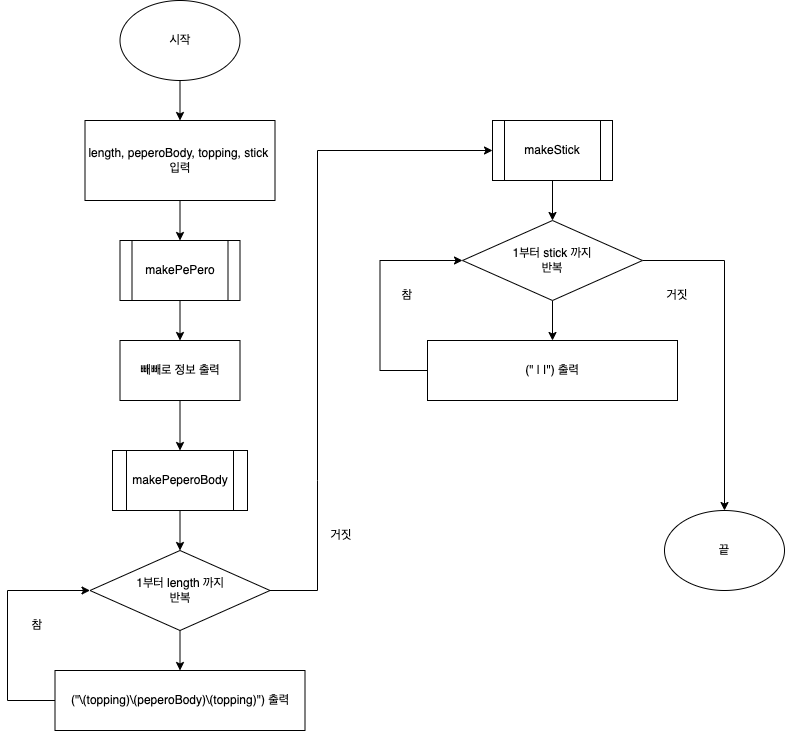
The draw.io diagram CodeStarterCamp_Week1/STEP3_순서도.png in yagom-academy/swift-starter-Round1, before a commit. Source tidied: cells renumbered, new cells last; positions are measured from the earlier drawing's top-left corner, leaving out a move shared by most shapes.
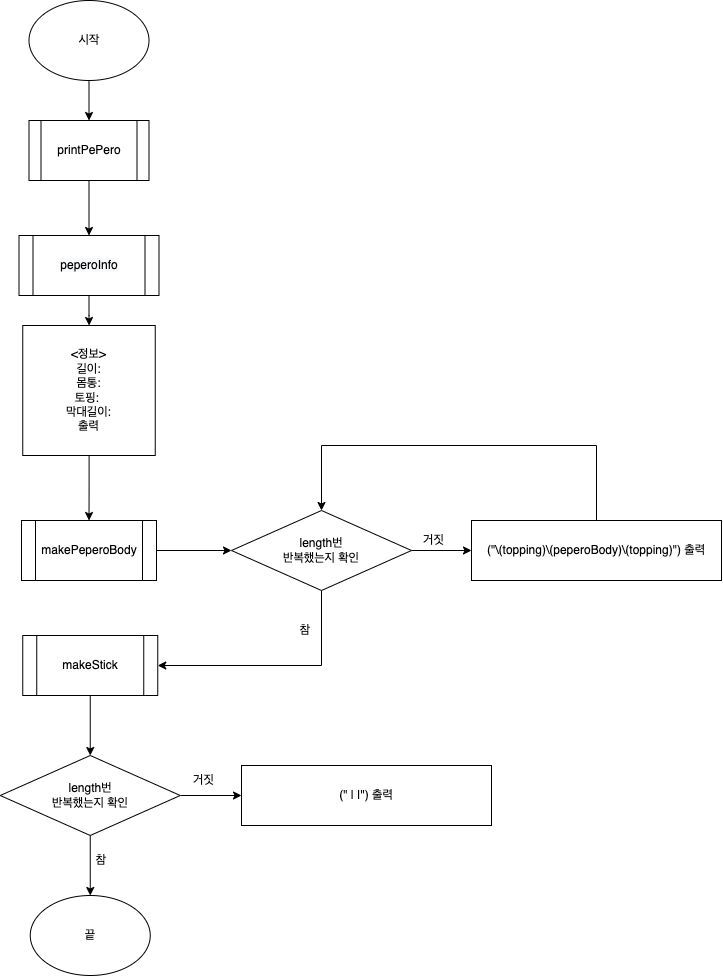
The same diagram one commit later.

Commit message:
STEP3 순서도

The edit, as a diff of the source:
```diff
@@ -4,111 +4,92 @@
     <mxCell id="1" parent="0" />
     <mxCell id="2" style="edgeStyle=orthogonalEdgeStyle;rounded=0;jettySize=auto;html=1;" parent="1" edge="1" source="3">
       <mxGeometry relative="1" as="geometry">
-        <mxPoint x="172.5" y="120" as="targetPoint" />
+        <mxPoint x="117.5" y="35" as="targetPoint" />
       </mxGeometry>
     </mxCell>
     <mxCell id="3" value="시작" style="ellipse;whiteSpace=wrap;html=1;" parent="1" vertex="1">
-      <mxGeometry x="112.5" width="120" height="80" as="geometry" />
+      <mxGeometry x="57.5" y="-85" width="120" height="80" as="geometry" />
     </mxCell>
     <mxCell id="4" value="끝" style="ellipse;whiteSpace=wrap;html=1;" parent="1" vertex="1">
-      <mxGeometry x="657" y="510" width="120" height="80" as="geometry" />
+      <mxGeometry x="58.8" y="810" width="120" height="80" as="geometry" />
     </mxCell>
-    <mxCell id="5" style="edgeStyle=orthogonalEdgeStyle;rounded=0;jettySize=auto;html=1;" parent="1" edge="1" target="8">
-      <mxGeometry relative="1" as="geometry">
-        <mxPoint x="172.5" y="200" as="sourcePoint" />
-      </mxGeometry>
-    </mxCell>
-    <mxCell id="6" value="length, peperoBody, topping, stick &lt;br&gt;입력" style="rounded=0;whiteSpace=wrap;html=1;" parent="1" vertex="1">
-      <mxGeometry x="77.5" y="120" width="190" height="80" as="geometry" />
-    </mxCell>
-    <mxCell id="7" style="edgeStyle=orthogonalEdgeStyle;rounded=0;jettySize=auto;html=1;" parent="1" edge="1" source="8" target="10">
+    <mxCell id="7" style="edgeStyle=orthogonalEdgeStyle;rounded=0;jettySize=auto;html=1;entryX=0.5;entryY=0;entryDx=0;entryDy=0;" parent="1" edge="1" source="8" target="32">
       <mxGeometry relative="1" as="geometry" />
     </mxCell>
-    <mxCell id="8" value="makePePero" style="shape=process;whiteSpace=wrap;html=1;backgroundOutline=1;" parent="1" vertex="1">
-      <mxGeometry x="112.5" y="240" width="120" height="60" as="geometry" />
+    <mxCell id="8" value="printPePero" style="shape=process;whiteSpace=wrap;html=1;backgroundOutline=1;" parent="1" vertex="1">
+      <mxGeometry x="57.5" y="35" width="120" height="60" as="geometry" />
     </mxCell>
-    <mxCell id="9" style="edgeStyle=orthogonalEdgeStyle;rounded=0;jettySize=auto;html=1;" parent="1" edge="1" source="10" target="12">
-      <mxGeometry relative="1" as="geometry" />
-    </mxCell>
-    <mxCell id="10" value="빼빼로 정보 출력" style="whiteSpace=wrap;html=1;" parent="1" vertex="1">
-      <mxGeometry x="112.5" y="340" width="120" height="60" as="geometry" />
-    </mxCell>
-    <mxCell id="11" style="edgeStyle=orthogonalEdgeStyle;rounded=0;jettySize=auto;html=1;" parent="1" edge="1" source="12">
-      <mxGeometry relative="1" as="geometry">
-        <mxPoint x="172.5" y="550" as="targetPoint" />
-      </mxGeometry>
-    </mxCell>
+    <mxCell id="29" style="edgeStyle=orthogonalEdgeStyle;rounded=0;jettySize=auto;html=1;" parent="1" edge="1" source="12" target="14">
+      <mxGeometry relative="1" as="geometry" />
+    </mxCell>
     <mxCell id="12" value="makePeperoBody" style="shape=process;whiteSpace=wrap;html=1;backgroundOutline=1;" parent="1" vertex="1">
-      <mxGeometry x="105" y="450" width="135" height="60" as="geometry" />
+      <mxGeometry x="50" y="435" width="135" height="60" as="geometry" />
     </mxCell>
-    <mxCell id="13" style="edgeStyle=orthogonalEdgeStyle;rounded=0;orthogonalLoop=1;jettySize=auto;html=1;" parent="1" edge="1">
-      <mxGeometry relative="1" as="geometry">
-        <mxPoint x="172.5" y="630" as="sourcePoint" />
-        <mxPoint x="172.5" y="670" as="targetPoint" />
-      </mxGeometry>
-    </mxCell>
+    <mxCell id="30" style="edgeStyle=orthogonalEdgeStyle;rounded=0;jettySize=auto;html=1;" parent="1" edge="1" source="14" target="15">
+      <mxGeometry relative="1" as="geometry" />
+    </mxCell>
+    <mxCell id="18" style="edgeStyle=orthogonalEdgeStyle;rounded=0;jettySize=auto;html=1;entryX=1;entryY=0.5;entryDx=0;entryDy=0;" parent="1" edge="1" source="14" target="20">
+      <mxGeometry relative="1" as="geometry">
+        <Array as="points">
+          <mxPoint x="350" y="580" />
+        </Array>
+      </mxGeometry>
+    </mxCell>
-    <mxCell id="14" value="1부터 length 까지&lt;br&gt;반복" style="rhombus;whiteSpace=wrap;html=1;" parent="1" vertex="1">
-      <mxGeometry x="82.5" y="550" width="180" height="80" as="geometry" />
+    <mxCell id="14" value="length번&lt;br&gt;반복했는지 확인" style="rhombus;whiteSpace=wrap;html=1;" parent="1" vertex="1">
+      <mxGeometry x="260" y="425" width="180" height="80" as="geometry" />
     </mxCell>
     <mxCell id="15" value="&lt;span style=&quot;background-color: initial;&quot;&gt;(&lt;/span&gt;&lt;span style=&quot;background-color: initial;&quot; class=&quot;s1&quot;&gt;&quot;&lt;/span&gt;&lt;span style=&quot;background-color: initial;&quot;&gt;\(topping)\(peperoBody)\(topping)&lt;/span&gt;&lt;span style=&quot;background-color: initial;&quot; class=&quot;s1&quot;&gt;&quot;) 출력&lt;/span&gt;" style="rounded=0;whiteSpace=wrap;html=1;" parent="1" vertex="1">
-      <mxGeometry x="47.5" y="670" width="250" height="60" as="geometry" />
+      <mxGeometry x="500" y="435" width="250" height="60" as="geometry" />
     </mxCell>
+    <mxCell id="17" value="참" style="text;html=1;strokeColor=none;fillColor=none;align=center;verticalAlign=middle;whiteSpace=wrap;rounded=0;" parent="1" vertex="1">
+      <mxGeometry x="304" y="530" width="60" height="30" as="geometry" />
+    </mxCell>
+    <mxCell id="21" value="거짓" style="text;html=1;strokeColor=none;fillColor=none;align=center;verticalAlign=middle;whiteSpace=wrap;rounded=0;" parent="1" vertex="1">
+      <mxGeometry x="425" y="440" width="75" height="30" as="geometry" />
+    </mxCell>
+    <mxCell id="25" value="&lt;span style=&quot;background-color: initial;&quot; class=&quot;s1&quot;&gt;(&quot; | |&lt;/span&gt;&lt;span style=&quot;background-color: initial;&quot; class=&quot;s1&quot;&gt;&quot;) 출력&lt;/span&gt;" style="rounded=0;whiteSpace=wrap;html=1;" parent="1" vertex="1">
+      <mxGeometry x="270" y="680" width="250" height="60" as="geometry" />
+    </mxCell>
+    <mxCell id="31" style="edgeStyle=orthogonalEdgeStyle;rounded=0;jettySize=auto;html=1;" parent="1" edge="1" source="32" target="35">
+      <mxGeometry relative="1" as="geometry" />
+    </mxCell>
+    <mxCell id="32" value="&lt;meta charset=&quot;utf-8&quot;&gt;&lt;span style=&quot;color: rgb(0, 0, 0); font-family: Helvetica; font-size: 12px; font-style: normal; font-variant-ligatures: normal; font-variant-caps: normal; font-weight: 400; letter-spacing: normal; orphans: 2; text-align: center; text-indent: 0px; text-transform: none; widows: 2; word-spacing: 0px; -webkit-text-stroke-width: 0px; background-color: rgb(248, 249, 250); text-decoration-thickness: initial; text-decoration-style: initial; text-decoration-color: initial; float: none; display: inline !important;&quot;&gt;peperoInfo&lt;/span&gt;" style="shape=process;whiteSpace=wrap;html=1;backgroundOutline=1;" parent="1" vertex="1">
+      <mxGeometry x="47.5" y="150" width="140" height="60" as="geometry" />
+    </mxCell>
+    <mxCell id="33" style="edgeStyle=orthogonalEdgeStyle;rounded=0;jettySize=auto;html=1;" parent="1" edge="1" source="20" target="38">
+      <mxGeometry relative="1" as="geometry" />
+    </mxCell>
+    <mxCell id="20" value="makeStick" style="shape=process;whiteSpace=wrap;html=1;backgroundOutline=1;" parent="1" vertex="1">
+      <mxGeometry x="51.2" y="550" width="135" height="60" as="geometry" />
+    </mxCell>
+    <mxCell id="34" style="edgeStyle=orthogonalEdgeStyle;rounded=0;jettySize=auto;html=1;" parent="1" edge="1" source="35" target="12">
+      <mxGeometry relative="1" as="geometry" />
+    </mxCell>
+    <mxCell id="35" value="&amp;lt;정보&amp;gt;&lt;br&gt;길이:&lt;br&gt;몸통:&lt;br&gt;토핑: &lt;br&gt;막대길이:&lt;br&gt;출력" style="whiteSpace=wrap;html=1;" parent="1" vertex="1">
+      <mxGeometry x="51.2" y="240" width="132.5" height="130" as="geometry" />
+    </mxCell>
+    <mxCell id="36" style="edgeStyle=orthogonalEdgeStyle;rounded=0;jettySize=auto;html=1;" parent="1" edge="1" source="38" target="25">
+      <mxGeometry relative="1" as="geometry" />
+    </mxCell>
+    <mxCell id="37" style="edgeStyle=orthogonalEdgeStyle;rounded=0;jettySize=auto;html=1;" parent="1" edge="1" source="38" target="4">
+      <mxGeometry relative="1" as="geometry" />
+    </mxCell>
+    <mxCell id="38" value="length번&lt;br&gt;반복했는지 확인" style="rhombus;whiteSpace=wrap;html=1;" parent="1" vertex="1">
+      <mxGeometry x="28.8" y="670" width="180" height="80" as="geometry" />
+    </mxCell>
-    <mxCell id="16" style="endArrow=classic;html=1;rounded=0;exitX=0;exitY=0.5;exitDx=0;exitDy=0;entryX=0;entryY=0.5;entryDx=0;entryDy=0;" parent="1" edge="1" source="15" target="14">
+    <mxCell id="16" style="endArrow=classic;html=1;rounded=0;exitX=0.5;exitY=0;exitDx=0;exitDy=0;entryX=0.5;entryY=0;entryDx=0;entryDy=0;" parent="1" edge="1" source="15" target="14">
       <mxGeometry relative="1" as="geometry">
         <Array as="points">
-          <mxPoint y="700" />
-          <mxPoint y="590" />
+          <mxPoint x="625" y="360" />
+          <mxPoint x="350" y="360" />
         </Array>
       </mxGeometry>
     </mxCell>
-    <mxCell id="17" value="참" style="text;html=1;strokeColor=none;fillColor=none;align=center;verticalAlign=middle;whiteSpace=wrap;rounded=0;" parent="1" vertex="1">
-      <mxGeometry y="610" width="60" height="30" as="geometry" />
-    </mxCell>
-    <mxCell id="18" style="endArrow=classic;html=1;rounded=0;exitX=1;exitY=0.5;exitDx=0;exitDy=0;entryX=0;entryY=0.5;entryDx=0;entryDy=0;" parent="1" edge="1" source="14" target="20">
-      <mxGeometry relative="1" as="geometry">
-        <Array as="points">
-          <mxPoint x="310" y="590" />
-          <mxPoint x="310" y="480" />
-          <mxPoint x="310" y="150" />
-        </Array>
-      </mxGeometry>
-    </mxCell>
-    <mxCell id="19" style="edgeStyle=orthogonalEdgeStyle;rounded=0;jettySize=auto;html=1;" parent="1" edge="1" source="20" target="24">
-      <mxGeometry relative="1" as="geometry" />
-    </mxCell>
-    <mxCell id="20" value="makeStick" style="shape=process;whiteSpace=wrap;html=1;backgroundOutline=1;" parent="1" vertex="1">
-      <mxGeometry x="485" y="120" width="120" height="60" as="geometry" />
-    </mxCell>
-    <mxCell id="21" value="거짓" style="text;html=1;strokeColor=none;fillColor=none;align=center;verticalAlign=middle;whiteSpace=wrap;rounded=0;" parent="1" vertex="1">
-      <mxGeometry x="304" y="520" width="60" height="30" as="geometry" />
-    </mxCell>
-    <mxCell id="22" style="edgeStyle=orthogonalEdgeStyle;rounded=0;jettySize=auto;html=1;" parent="1" edge="1" source="24" target="25">
-      <mxGeometry relative="1" as="geometry" />
-    </mxCell>
-    <mxCell id="23" style="edgeStyle=orthogonalEdgeStyle;rounded=0;jettySize=auto;html=1;" parent="1" edge="1" source="24" target="4">
-      <mxGeometry relative="1" as="geometry" />
-    </mxCell>
-    <mxCell id="24" value="1부터 stick 까지&lt;br&gt;반복" style="rhombus;whiteSpace=wrap;html=1;" parent="1" vertex="1">
-      <mxGeometry x="455" y="220" width="180" height="80" as="geometry" />
-    </mxCell>
-    <mxCell id="25" value="&lt;span style=&quot;background-color: initial;&quot; class=&quot;s1&quot;&gt;(&quot; | |&lt;/span&gt;&lt;span style=&quot;background-color: initial;&quot; class=&quot;s1&quot;&gt;&quot;) 출력&lt;/span&gt;" style="rounded=0;whiteSpace=wrap;html=1;" parent="1" vertex="1">
-      <mxGeometry x="420" y="340" width="250" height="60" as="geometry" />
-    </mxCell>
-    <mxCell id="26" style="endArrow=classic;html=1;rounded=0;exitX=0;exitY=0.5;exitDx=0;exitDy=0;entryX=0;entryY=0.5;entryDx=0;entryDy=0;" parent="1" edge="1">
-      <mxGeometry relative="1" as="geometry">
-        <mxPoint x="420" y="370" as="sourcePoint" />
-        <mxPoint x="455" y="260" as="targetPoint" />
-        <Array as="points">
-          <mxPoint x="372.5" y="370" />
-          <mxPoint x="372.5" y="260" />
-        </Array>
-      </mxGeometry>
-    </mxCell>
     <mxCell id="27" value="참" style="text;html=1;strokeColor=none;fillColor=none;align=center;verticalAlign=middle;whiteSpace=wrap;rounded=0;" parent="1" vertex="1">
-      <mxGeometry x="370" y="280" width="60" height="30" as="geometry" />
+      <mxGeometry x="100" y="760" width="60" height="30" as="geometry" />
     </mxCell>
     <mxCell id="28" value="거짓" style="text;html=1;strokeColor=none;fillColor=none;align=center;verticalAlign=middle;whiteSpace=wrap;rounded=0;" parent="1" vertex="1">
-      <mxGeometry x="640" y="280" width="60" height="30" as="geometry" />
+      <mxGeometry x="195" y="680" width="75" height="30" as="geometry" />
     </mxCell>
   </root>
 </mxGraphModel>
```
